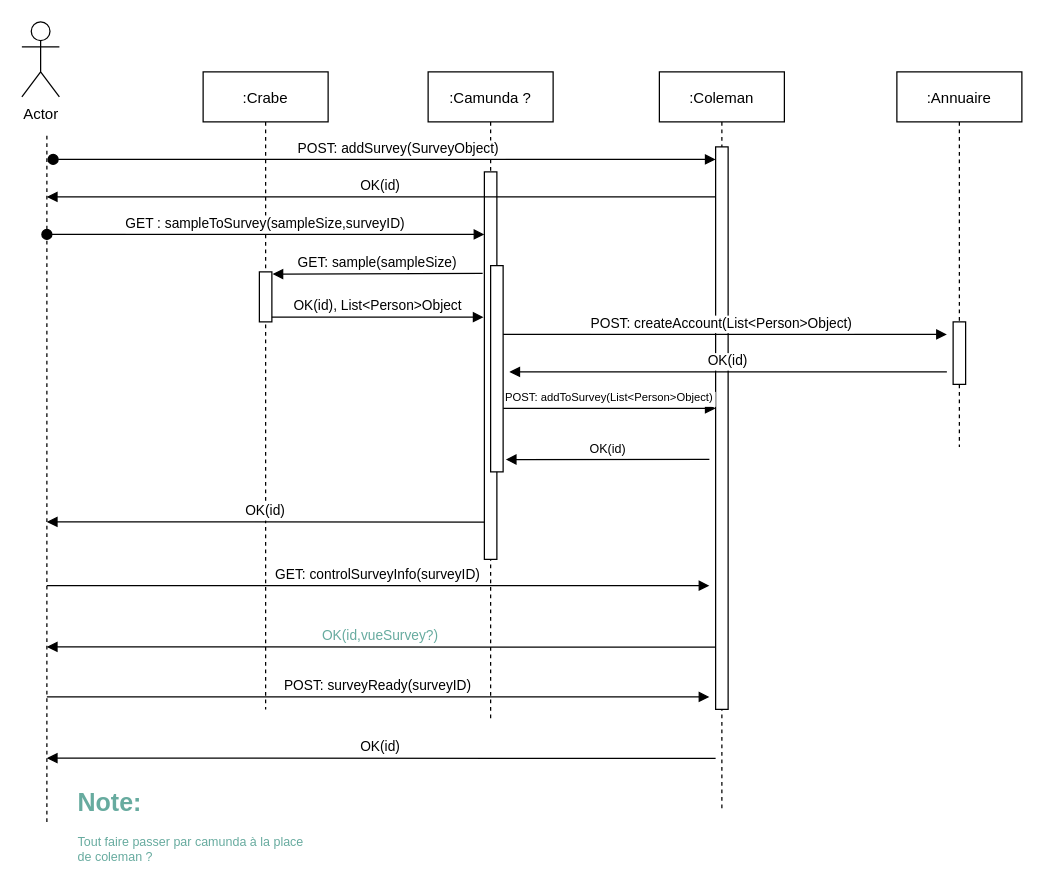
Earlier version of the draw.io diagram SequenceDiagram.drawio (MailineN/CrabeColemanAnnuaireDiagrams). Source tidied: cells renumbered, new cells numbered last; positions are measured from the earlier drawing's top-left corner, leaving out a move shared by most shapes. Both pictures are drawn from the tidied source at 125%, with x=0, y=0 at pixel (21, 21).
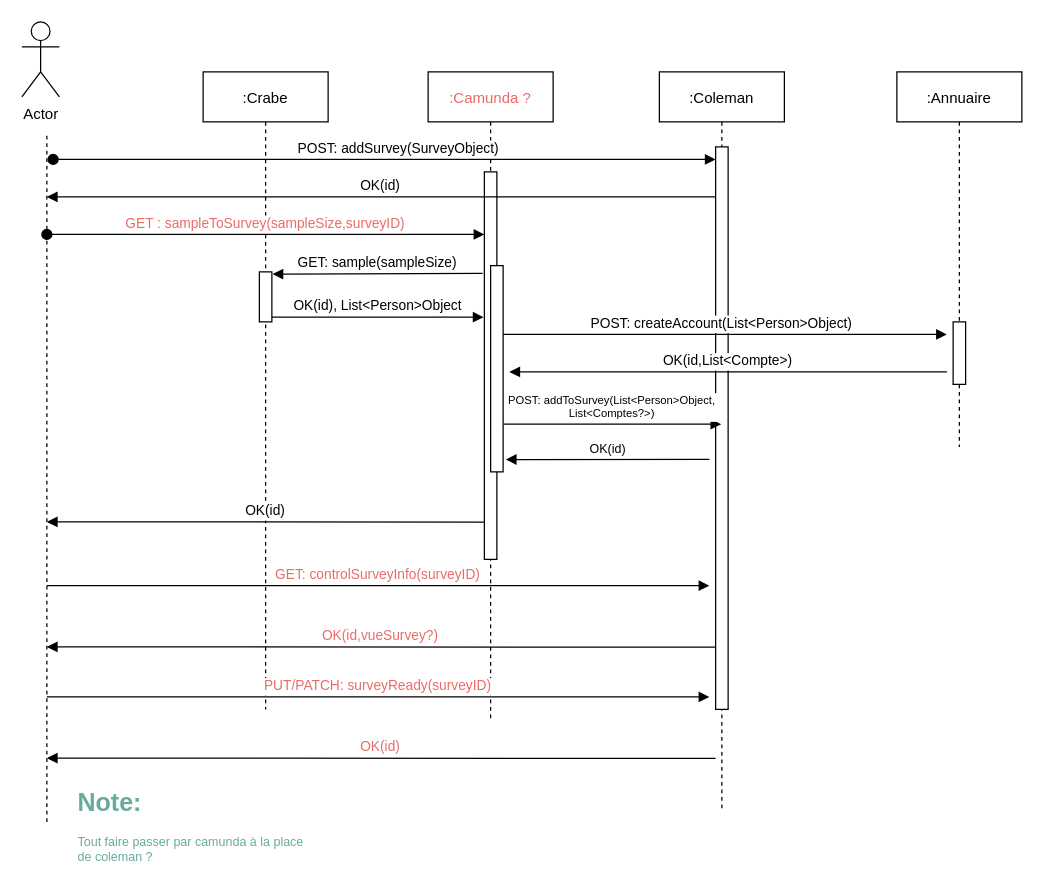
The same page after the edit.

The change refers to these unchanged cells:
```xml
<mxCell id="2" value=":Crabe" style="shape=umlLifeline;perimeter=lifelinePerimeter;rounded=0;shadow=0;strokeWidth=1;" parent="1" vertex="1">
  <mxGeometry x="145" y="40" width="100" height="510" as="geometry" />
</mxCell>
<mxCell id="9" value=":Coleman" style="shape=umlLifeline;perimeter=lifelinePerimeter;rounded=0;shadow=0;strokeWidth=1;" parent="1" vertex="1">
  <mxGeometry x="510" y="40" width="100" height="590" as="geometry" />
</mxCell>
<mxCell id="10" style="points=[];perimeter=orthogonalPerimeter;rounded=0;shadow=0;strokeWidth=1;" parent="9" vertex="1">
  <mxGeometry x="45" y="60" width="10" height="450" as="geometry" />
</mxCell>
<mxCell id="23" style="points=[];perimeter=orthogonalPerimeter;rounded=0;shadow=0;strokeWidth=1;" parent="1" vertex="1">
  <mxGeometry x="375" y="195" width="10" height="165" as="geometry" />
</mxCell>
```

What changed in the source:
```diff
@@
-    <mxCell id="4" value="GET :  sampleToSurvey(sampleSize,surveyID)" style="verticalAlign=bottom;startArrow=oval;endArrow=block;startSize=8;shadow=0;strokeWidth=1;" parent="2" edge="1">
+    <mxCell id="4" value="GET :  sampleToSurvey(sampleSize,surveyID)" style="verticalAlign=bottom;startArrow=oval;endArrow=block;startSize=8;shadow=0;strokeWidth=1;fontColor=#EA6B66;" parent="2" edge="1">
       <mxGeometry relative="1" as="geometry">
         <mxPoint x="-125" y="130" as="sourcePoint" />
         <mxPoint x="225" y="130" as="targetPoint" />
       </mxGeometry>
     </mxCell>
-    <mxCell id="5" value=":Camunda ?" style="shape=umlLifeline;perimeter=lifelinePerimeter;rounded=0;shadow=0;strokeWidth=1;" parent="1" vertex="1">
+    <mxCell id="5" value=":Camunda ?" style="shape=umlLifeline;perimeter=lifelinePerimeter;rounded=0;shadow=0;strokeWidth=1;fontColor=#EA6B66;" parent="1" vertex="1">
       <mxGeometry x="325" y="40" width="100" height="520" as="geometry" />
     </mxCell>
@@
-    <mxCell id="7" value="POST: surveyReady(surveyID)" style="verticalAlign=bottom;endArrow=block;shadow=0;strokeWidth=1;exitX=1.211;exitY=0.213;exitDx=0;exitDy=0;exitPerimeter=0;" parent="5" edge="1">
+    <mxCell id="7" value="PUT/PATCH: surveyReady(surveyID)" style="verticalAlign=bottom;endArrow=block;shadow=0;strokeWidth=1;exitX=1.211;exitY=0.213;exitDx=0;exitDy=0;exitPerimeter=0;fontColor=#EA6B66;" parent="5" edge="1">
       <mxGeometry relative="1" as="geometry">
         <mxPoint x="-305" y="500" as="sourcePoint" />
         <mxPoint x="225" y="500" as="targetPoint" />
       </mxGeometry>
     </mxCell>
-    <mxCell id="8" value="OK(id)" style="verticalAlign=bottom;endArrow=block;shadow=0;strokeWidth=1;" parent="5" edge="1">
+    <mxCell id="8" value="OK(id)" style="verticalAlign=bottom;endArrow=block;shadow=0;strokeWidth=1;fontColor=#EA6B66;" parent="5" edge="1">
       <mxGeometry relative="1" as="geometry">
         <mxPoint x="230" y="549.2" as="sourcePoint" />
         <mxPoint x="-305" y="549" as="targetPoint" />
       </mxGeometry>
     </mxCell>
@@
-    <mxCell id="20" value="OK(id)" style="verticalAlign=bottom;endArrow=block;shadow=0;strokeWidth=1;" parent="1" edge="1">
+    <mxCell id="20" value="OK(id,List&lt;Compte&gt;)" style="verticalAlign=bottom;endArrow=block;shadow=0;strokeWidth=1;" parent="1" edge="1">
       <mxGeometry relative="1" as="geometry">
         <mxPoint x="740" y="280" as="sourcePoint" />
         <mxPoint x="390" y="280" as="targetPoint" />
       </mxGeometry>
     </mxCell>
@@
-    <mxCell id="24" value="POST: addToSurvey(List&lt;Person&gt;Object)" style="verticalAlign=bottom;endArrow=block;shadow=0;strokeWidth=1;exitX=1.009;exitY=0.692;exitDx=0;exitDy=0;exitPerimeter=0;fontSize=9;" parent="1" edge="1" source="23" target="10">
+    <mxCell id="24" value="POST: addToSurvey(List&lt;Person&gt;Object, &#10;List&lt;Comptes?&gt;)" style="verticalAlign=bottom;endArrow=block;shadow=0;strokeWidth=1;exitX=1.028;exitY=0.769;exitDx=0;exitDy=0;exitPerimeter=0;fontSize=9;" parent="1" edge="1" source="23" target="9">
       <mxGeometry relative="1" as="geometry" />
     </mxCell>
-    <mxCell id="25" value="GET: controlSurveyInfo(surveyID)" style="verticalAlign=bottom;endArrow=block;shadow=0;strokeWidth=1;exitX=1.211;exitY=0.213;exitDx=0;exitDy=0;exitPerimeter=0;" parent="1" edge="1">
+    <mxCell id="25" value="GET: controlSurveyInfo(surveyID)" style="verticalAlign=bottom;endArrow=block;shadow=0;strokeWidth=1;exitX=1.211;exitY=0.213;exitDx=0;exitDy=0;exitPerimeter=0;fontColor=#EA6B66;" parent="1" edge="1">
       <mxGeometry relative="1" as="geometry">
         <mxPoint x="20" y="451" as="sourcePoint" />
         <mxPoint x="550" y="451" as="targetPoint" />
       </mxGeometry>
     </mxCell>
-    <mxCell id="26" value="OK(id,vueSurvey?)" style="verticalAlign=bottom;endArrow=block;shadow=0;strokeWidth=1;fontColor=#67AB9F;" parent="1" edge="1">
+    <mxCell id="26" value="OK(id,vueSurvey?)" style="verticalAlign=bottom;endArrow=block;shadow=0;strokeWidth=1;fontColor=#EA6B66;" parent="1" edge="1">
       <mxGeometry relative="1" as="geometry">
         <mxPoint x="555" y="500.2" as="sourcePoint" />
         <mxPoint x="20" y="500" as="targetPoint" />
       </mxGeometry>
     </mxCell>
```
